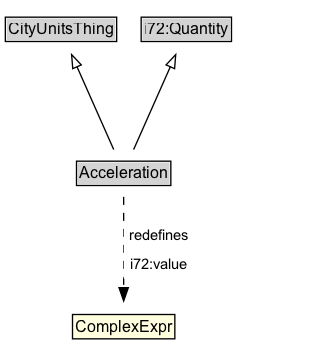
ISO-TC204/ontology-cdm-p1-v1 keeps this Graphviz diagram as docs/diagrams/Acceleration.dot.png. Above is the earlier version. Its source is kept beside it as docs/diagrams/Acceleration.dot. The source it was exported from:
```dot
digraph {
	graph [overlap=false rankdir=TB splines=true]
	node [fontname=Arial fontsize=12 margin=0 shape=none]
	edge [fontname=Arial fontsize=11]
	{
		rank=source
		CityUnitsThing [label=<<TABLE BORDER="1" CELLBORDER="0" CELLSPACING="0" CELLPADDING="1"><TR><TD BGCOLOR="lightgray" ALIGN="CENTER">CityUnitsThing</TD></TR></TABLE>> URL="../CityUnitsThing" margin=0]
		i72_Quantity [label=<<TABLE BORDER="1" CELLBORDER="0" CELLSPACING="0" CELLPADDING="1"><TR><TD BGCOLOR="lightgray" ALIGN="CENTER">i72:Quantity</TD></TR></TABLE>> URL="https://w3id.org/citydata/21972/v1/Quantity" margin=0]
	}
	Acceleration [label=<<TABLE BORDER="1" CELLBORDER="0" CELLSPACING="0" CELLPADDING="1"><TR><TD BGCOLOR="lightgray" ALIGN="CENTER">Acceleration</TD></TR></TABLE>> URL="../Acceleration" margin=0]
	{
		rank=max
	}
	subgraph cluster_associated {
		label="" style=invis
		Invis [label=<<TABLE BORDER="0" CELLBORDER="0" CELLSPACING="0" CELLPADDING="1"><TR><TD></TD></TR></TABLE>> margin=0 style=invis]
	}
	Acceleration -> CityUnitsThing [arrowhead=onormal style=solid]
	Acceleration -> i72_Quantity [arrowhead=onormal style=solid]
	na010c749982e452794368b522251db07b2 [label=<<TABLE BORDER="1" CELLBORDER="0" CELLSPACING="0" CELLPADDING="1" BGCOLOR="lightyellow"><TR><TD ALIGN="CENTER">ComplexExpr</TD></TR></TABLE>> margin=0]
	Acceleration -> na010c749982e452794368b522251db07b2 [label=<<TABLE BORDER="0" CELLBORDER="0" CELLSPACING="0" CELLPADDING="4" BGCOLOR="white"><TR><TD ALIGN="CENTER">redefines</TD></TR><TR><TD ALIGN="CENTER">i72:value</TD></TR></TABLE>> arrowhead=normal style=dashed]
}
```
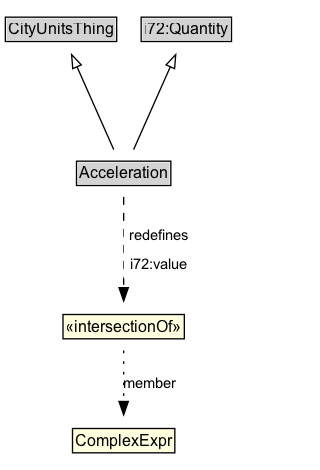
After the change.

Change to the diagram source:
```diff
@@ -17,6 +17,8 @@
 	}
 	Acceleration -> CityUnitsThing [arrowhead=onormal style=solid]
 	Acceleration -> i72_Quantity [arrowhead=onormal style=solid]
-	na010c749982e452794368b522251db07b2 [label=<<TABLE BORDER="1" CELLBORDER="0" CELLSPACING="0" CELLPADDING="1" BGCOLOR="lightyellow"><TR><TD ALIGN="CENTER">ComplexExpr</TD></TR></TABLE>> margin=0]
-	Acceleration -> na010c749982e452794368b522251db07b2 [label=<<TABLE BORDER="0" CELLBORDER="0" CELLSPACING="0" CELLPADDING="4" BGCOLOR="white"><TR><TD ALIGN="CENTER">redefines</TD></TR><TR><TD ALIGN="CENTER">i72:value</TD></TR></TABLE>> arrowhead=normal style=dashed]
+	n644d2ea6622c412bb8909c6637c88453b2 [label=<<TABLE BORDER="1" CELLBORDER="0" CELLSPACING="0" CELLPADDING="1" BGCOLOR="lightyellow"><TR><TD ALIGN="CENTER">«intersectionOf»</TD></TR></TABLE>> margin=0]
+	n644d2ea6622c412bb8909c6637c88453b3 [label=<<TABLE BORDER="1" CELLBORDER="0" CELLSPACING="0" CELLPADDING="1" BGCOLOR="lightyellow"><TR><TD ALIGN="CENTER">ComplexExpr</TD></TR></TABLE>> margin=0]
+	n644d2ea6622c412bb8909c6637c88453b2 -> n644d2ea6622c412bb8909c6637c88453b3 [label=member arrowhead=normal style=dotted]
+	Acceleration -> n644d2ea6622c412bb8909c6637c88453b2 [label=<<TABLE BORDER="0" CELLBORDER="0" CELLSPACING="0" CELLPADDING="4" BGCOLOR="white"><TR><TD ALIGN="CENTER">redefines</TD></TR><TR><TD ALIGN="CENTER">i72:value</TD></TR></TABLE>> arrowhead=normal style=dashed]
 }
```
